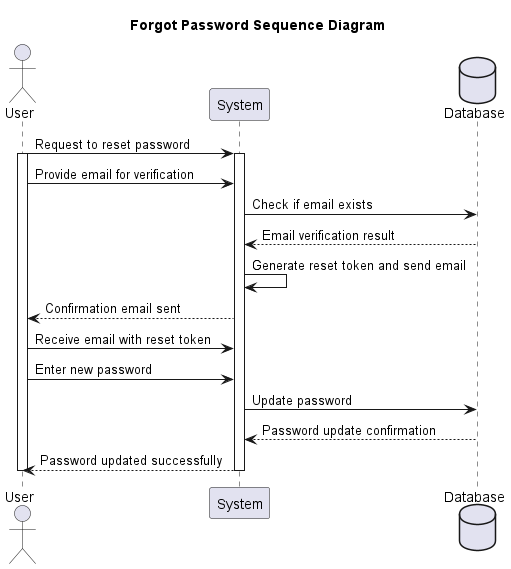
Earlier version of the PlantUML export Lab1.2/Sequence diagram/Forgot_password.png (baonehe/SE357-Pratice-class). The source it was exported from:
```plantuml
@startuml
title Forgot Password Sequence Diagram

Actor User
participant System
Database Database
User -> System: Request to reset password
activate User
activate System
User -> System: Provide email for verification
System -> Database: Check if email exists
Database --> System: Email verification result
deactivate Database
System -> System: Generate reset token and send email
System --> User: Confirmation email sent
User -> System: Receive email with reset token
User -> System: Enter new password
System -> Database: Update password
Database --> System: Password update confirmation
System --> User: Password updated successfully
deactivate User
deactivate System
@enduml
```
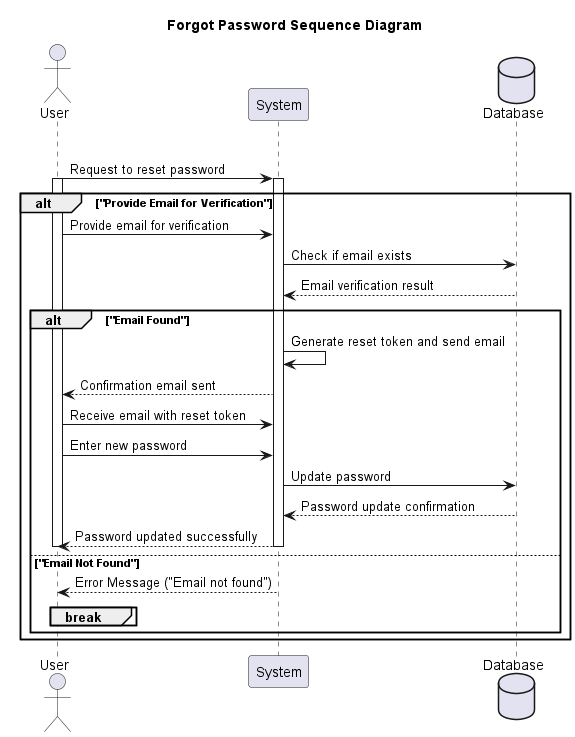
The same file after the commit.

The edit, as a diff of the source:
```diff
@@ -1,23 +1,36 @@
 @startuml
 title Forgot Password Sequence Diagram
 
-Actor User
+actor User
 participant System
 Database Database
-User -> System: Request to reset password
-activate User
-activate System
-User -> System: Provide email for verification
-System -> Database: Check if email exists
-Database --> System: Email verification result
-deactivate Database
-System -> System: Generate reset token and send email
-System --> User: Confirmation email sent
-User -> System: Receive email with reset token
-User -> System: Enter new password
-System -> Database: Update password
-Database --> System: Password update confirmation
-System --> User: Password updated successfully
-deactivate User
-deactivate System
+
+alt "Request Password Reset"
+  User -> System: Request to reset password
+  activate User
+  activate System
+  alt "Provide Email for Verification"
+    User -> System: Provide email for verification
+    System -> Database: Check if email exists
+    Database --> System: Email verification result
+    deactivate Database
+    alt "Email Found"
+      System -> System: Generate reset token and send email
+      System --> User: Confirmation email sent
+      User -> System: Receive email with reset token
+  User -> System: Enter new password
+  System -> Database: Update password
+  Database --> System: Password update confirmation
+  System --> User: Password updated successfully
+  deactivate User
+  deactivate System
+    else "Email Not Found"
+      System --> User: Error Message ("Email not found")
+      deactivate User
+      deactivate System
+      break
+    end
+  end
+end
+
 @enduml
```
